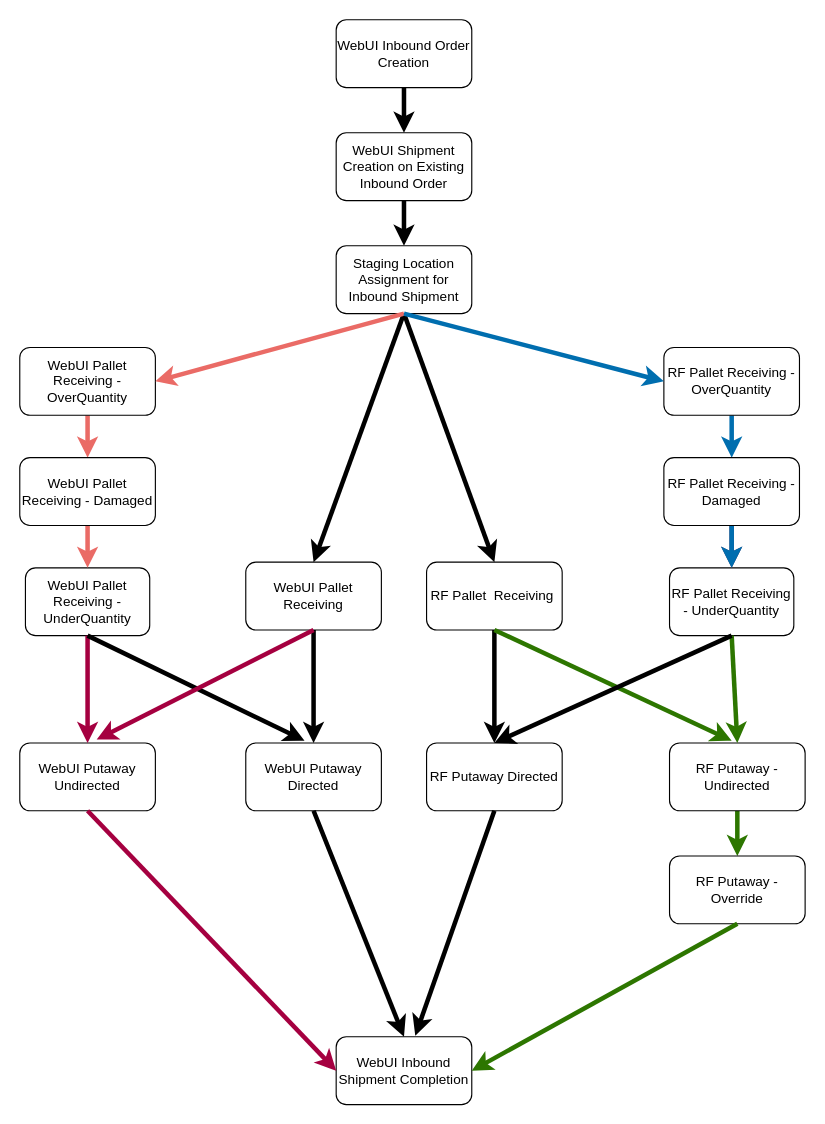
Above: Superman&DrStrange.drawio in Natali1429/DIA (draw.io), before the change. Source tidied: cells renumbered, new cells numbered last; positions are measured from the earlier drawing's top-left corner, leaving out a move shared by most shapes. Both pictures are drawn from the tidied source at 113%, with x=0, y=0 at pixel (19, 19).
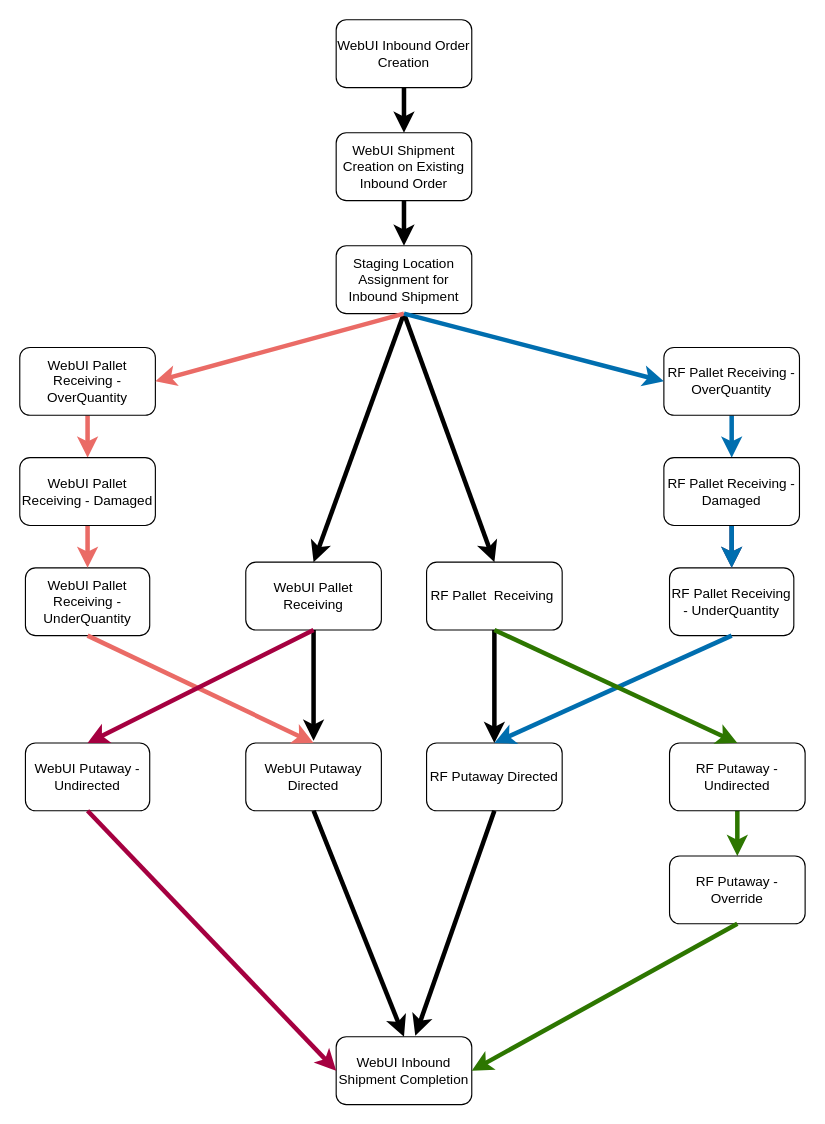
After the change.

The change refers to these unchanged cells:
```xml
<mxCell id="6" value="WebUI Putaway Directed" style="rounded=1;whiteSpace=wrap;html=1;" parent="1" vertex="1">
  <mxGeometry x="200" y="640" width="120" height="60" as="geometry" />
</mxCell>
<mxCell id="9" value="WebUI Pallet Receiving - UnderQuantity" style="rounded=1;whiteSpace=wrap;html=1;" parent="1" vertex="1">
  <mxGeometry x="5" y="485" width="110" height="60" as="geometry" />
</mxCell>
<mxCell id="11" value="WebUI Pallet Receiving" style="rounded=1;whiteSpace=wrap;html=1;" parent="1" vertex="1">
  <mxGeometry x="200" y="480" width="120" height="60" as="geometry" />
</mxCell>
<mxCell id="12" value="WebUI Inbound Shipment Completion" style="rounded=1;whiteSpace=wrap;html=1;" parent="1" vertex="1">
  <mxGeometry x="280" y="900" width="120" height="60" as="geometry" />
</mxCell>
<mxCell id="13" value="RF Pallet&amp;nbsp; Receiving&amp;nbsp;" style="rounded=1;whiteSpace=wrap;html=1;" parent="1" vertex="1">
  <mxGeometry x="360" y="480" width="120" height="60" as="geometry" />
</mxCell>
<mxCell id="21" value="RF Pallet Receiving - UnderQuantity" style="rounded=1;whiteSpace=wrap;html=1;" parent="1" vertex="1">
  <mxGeometry x="575" y="485" width="110" height="60" as="geometry" />
</mxCell>
<mxCell id="25" value="RF Putaway Directed" style="rounded=1;whiteSpace=wrap;html=1;" parent="1" vertex="1">
  <mxGeometry x="360" y="640" width="120" height="60" as="geometry" />
</mxCell>
<mxCell id="28" value="RF Putaway - Undirected" style="rounded=1;whiteSpace=wrap;html=1;" parent="1" vertex="1">
  <mxGeometry x="575" y="640" width="120" height="60" as="geometry" />
</mxCell>
```

What changed in the source:
```diff
@@
+    <mxCell id="43" value="WebUI Putaway - Undirected" style="rounded=1;whiteSpace=wrap;html=1;" parent="1" vertex="1">
+      <mxGeometry x="5" y="640" width="110" height="60" as="geometry" />
+    </mxCell>
@@
-    <mxCell id="26" value="WebUI Putaway Undirected" style="rounded=1;whiteSpace=wrap;html=1;" parent="1" vertex="1">
-      <mxGeometry y="640" width="120" height="60" as="geometry" />
-    </mxCell>
@@
-    <mxCell id="30" style="endArrow=classic;html=1;strokeColor=#2D7600;strokeWidth=4;entryX=0.5;entryY=0;entryDx=0;entryDy=0;exitX=0.5;exitY=1;exitDx=0;exitDy=0;fillColor=#60a917;" parent="1" edge="1" source="21" target="28">
-      <mxGeometry relative="1" as="geometry" />
-    </mxCell>
@@
-    <mxCell id="32" style="endArrow=classic;html=1;entryX=0.5;entryY=0;entryDx=0;entryDy=0;strokeWidth=4;exitX=0.5;exitY=1;exitDx=0;exitDy=0;" parent="1" edge="1" source="11" target="6">
-      <mxGeometry relative="1" as="geometry" />
-    </mxCell>
-    <mxCell id="33" style="endArrow=classic;html=1;entryX=0.5;entryY=0;entryDx=0;entryDy=0;strokeWidth=4;exitX=0.5;exitY=1;exitDx=0;exitDy=0;" parent="1" edge="1" source="13" target="25">
-      <mxGeometry relative="1" as="geometry" />
-    </mxCell>
-    <mxCell id="34" style="endArrow=classic;html=1;strokeColor=#A50040;strokeWidth=4;exitX=0.5;exitY=1;exitDx=0;exitDy=0;entryX=0;entryY=0.5;entryDx=0;entryDy=0;fillColor=#d80073;" parent="1" edge="1" source="26" target="12">
+    <mxCell id="34" style="endArrow=classic;html=1;strokeColor=#A50040;strokeWidth=4;entryX=0;entryY=0.5;entryDx=0;entryDy=0;fillColor=#d80073;exitX=0.5;exitY=1;exitDx=0;exitDy=0;" parent="1" edge="1" source="43" target="12">
       <mxGeometry relative="1" as="geometry" />
     </mxCell>
-    <mxCell id="35" style="endArrow=classic;html=1;strokeColor=#A50040;strokeWidth=4;fillColor=#d80073;exitX=0.5;exitY=1;exitDx=0;exitDy=0;" parent="1" edge="1" source="9">
-      <mxGeometry relative="1" as="geometry">
-        <mxPoint x="60" y="640" as="targetPoint" />
-      </mxGeometry>
-    </mxCell>
@@
-    <mxCell id="39" style="endArrow=classic;html=1;strokeWidth=4;exitX=0.5;exitY=1;exitDx=0;exitDy=0;" parent="1" edge="1" source="9">
+    <mxCell id="39" style="endArrow=classic;html=1;strokeWidth=4;exitX=0.5;exitY=1;exitDx=0;exitDy=0;" parent="1" edge="1" source="11">
       <mxGeometry relative="1" as="geometry">
-        <mxPoint x="252" y="638" as="targetPoint" />
+        <mxPoint x="260" y="638" as="targetPoint" />
       </mxGeometry>
     </mxCell>
-    <mxCell id="40" style="endArrow=classic;html=1;strokeColor=#A50040;strokeWidth=4;fillColor=#d80073;exitX=0.5;exitY=1;exitDx=0;exitDy=0;entryX=0.567;entryY=-0.05;entryDx=0;entryDy=0;entryPerimeter=0;" parent="1" edge="1" source="11" target="26">
-      <mxGeometry relative="1" as="geometry" />
-    </mxCell>
-    <mxCell id="41" style="endArrow=classic;html=1;strokeColor=#2D7600;strokeWidth=4;exitX=0.5;exitY=1;exitDx=0;exitDy=0;fillColor=#60a917;" parent="1" edge="1" source="13">
-      <mxGeometry relative="1" as="geometry">
-        <mxPoint x="630" y="638" as="targetPoint" />
-      </mxGeometry>
-    </mxCell>
-    <mxCell id="42" style="endArrow=classic;html=1;strokeWidth=4;exitX=0.5;exitY=1;exitDx=0;exitDy=0;" parent="1" edge="1" source="21">
+    <mxCell id="42" style="endArrow=classic;html=1;strokeWidth=4;" parent="1" edge="1">
       <mxGeometry relative="1" as="geometry">
+        <mxPoint x="420" y="540" as="sourcePoint" />
         <mxPoint x="420" y="640" as="targetPoint" />
       </mxGeometry>
     </mxCell>
+    <mxCell id="44" style="endArrow=classic;html=1;strokeColor=#EA6B66;strokeWidth=4;exitX=0.5;exitY=1;exitDx=0;exitDy=0;entryX=0.5;entryY=0;entryDx=0;entryDy=0;" parent="1" edge="1" source="9" target="6">
+      <mxGeometry relative="1" as="geometry" />
+    </mxCell>
+    <mxCell id="45" style="endArrow=classic;html=1;strokeColor=#006EAF;strokeWidth=4;exitX=0.5;exitY=1;exitDx=0;exitDy=0;entryX=0.5;entryY=0;entryDx=0;entryDy=0;" parent="1" edge="1" source="21" target="25">
+      <mxGeometry relative="1" as="geometry" />
+    </mxCell>
+    <mxCell id="46" style="endArrow=classic;html=1;strokeColor=#A50040;strokeWidth=4;exitX=0.5;exitY=1;exitDx=0;exitDy=0;entryX=0.5;entryY=0;entryDx=0;entryDy=0;" parent="1" edge="1" source="11" target="43">
+      <mxGeometry relative="1" as="geometry" />
+    </mxCell>
+    <mxCell id="47" style="endArrow=classic;html=1;strokeColor=#2D7600;strokeWidth=4;exitX=0.5;exitY=1;exitDx=0;exitDy=0;entryX=0.5;entryY=0;entryDx=0;entryDy=0;" parent="1" edge="1" source="13" target="28">
+      <mxGeometry relative="1" as="geometry" />
+    </mxCell>
```
